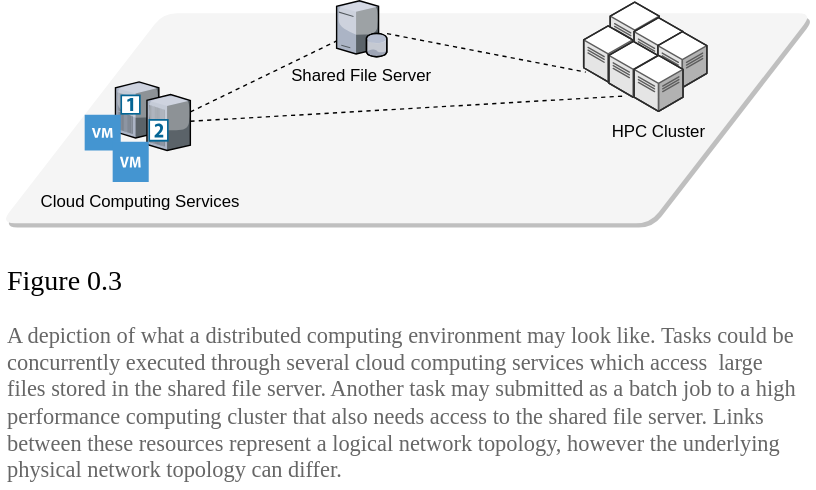
wrench-project/wrench-pedagogic-modules keeps this draw.io diagram as docs/public/img/activity_0/infrastructure.svg. Above is the earlier version. Source tidied: cells renumbered, new cells last; positions are measured from the earlier drawing's top-left corner, leaving out a move shared by most shapes.
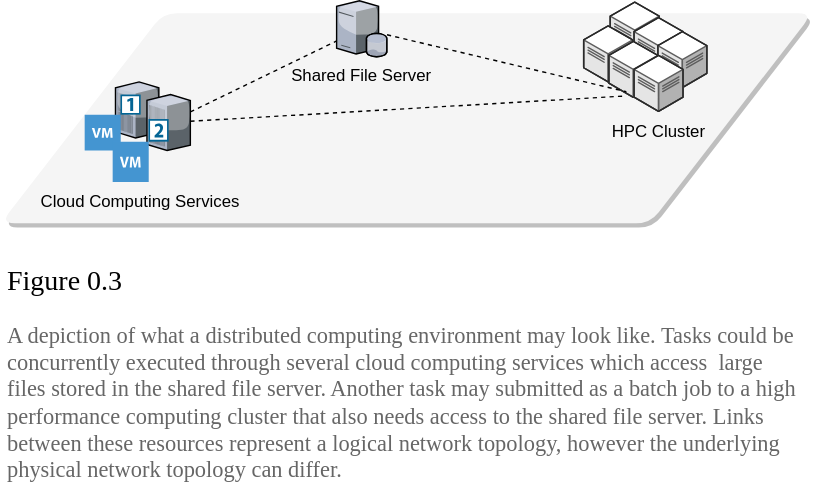
Above is the later version.

The edit, as a diff of the source:
```diff
@@ -1,4 +1,4 @@
-<mxGraphModel>
+<mxGraphModel background="#ffffff">
   <root>
     <mxCell id="0" />
     <mxCell id="1" parent="0" />
@@ -50,9 +50,9 @@
     <mxCell id="17" style="endArrow=none;dashed=1;html=1;" parent="1" edge="1" source="14" target="10">
       <mxGeometry relative="1" as="geometry" />
     </mxCell>
-    <mxCell id="18" style="endArrow=none;dashed=1;html=1;entryX=0.031;entryY=0.815;entryPerimeter=0;" parent="1" edge="1" source="10" target="6">
-      <mxGeometry relative="1" as="geometry" />
-    </mxCell>
+    <mxCell id="21" style="endArrow=none;dashed=1;html=1;entryX=0.357;entryY=0.9;entryPerimeter=0;" parent="1" edge="1" source="10" target="7">
+      <mxGeometry relative="1" as="geometry" />
+    </mxCell>
     <mxCell id="19" style="endArrow=none;dashed=1;html=1;entryX=0.368;entryY=0.973;entryPerimeter=0;" parent="1" edge="1" source="14" target="7">
       <mxGeometry relative="1" as="geometry" />
     </mxCell>
```
